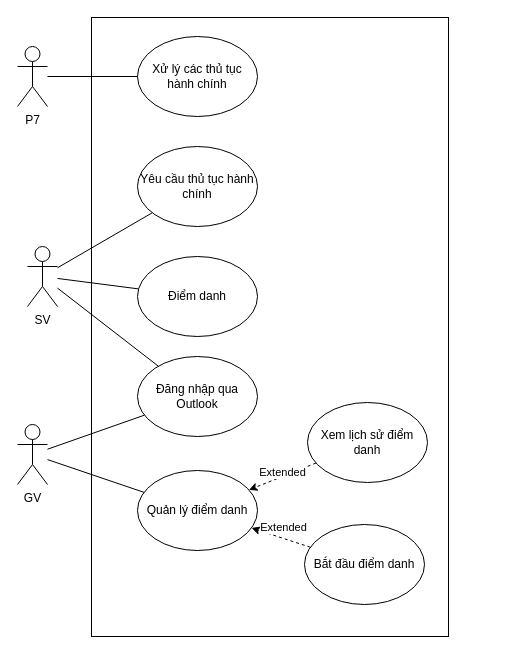
realShinchoku/DDHC keeps this draw.io diagram as docs/diagram.drawio. Above is the earlier version. Source tidied: cells renumbered, new cells numbered last; positions are measured from the earlier drawing's top-left corner, leaving out a move shared by most shapes. Both pictures are drawn from the tidied source at 100%, with x=0, y=0 at pixel (17, 17).
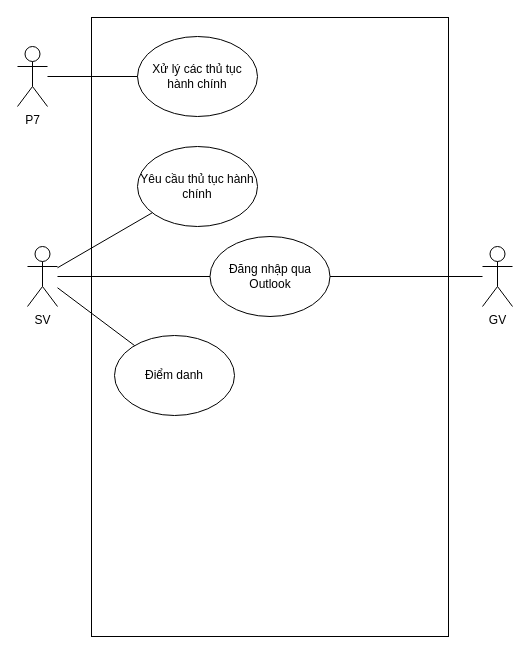
The same diagram, later.

Change to the diagram source:
```diff
@@
     <mxCell id="4" value="GV" style="shape=umlActor;verticalLabelPosition=bottom;verticalAlign=top;html=1;outlineConnect=0;" parent="1" vertex="1">
-      <mxGeometry y="407" width="30" height="60" as="geometry" />
+      <mxGeometry x="465" y="229" width="30" height="60" as="geometry" />
     </mxCell>
@@
     <mxCell id="6" value="Đăng nhập qua Outlook" style="ellipse;whiteSpace=wrap;html=1;" parent="1" vertex="1">
-      <mxGeometry x="120" y="339" width="120" height="80" as="geometry" />
+      <mxGeometry x="192.5" y="219" width="120" height="80" as="geometry" />
     </mxCell>
@@
     <mxCell id="11" value="Điểm danh" style="ellipse;whiteSpace=wrap;html=1;" parent="1" vertex="1">
-      <mxGeometry x="120" y="239" width="120" height="80" as="geometry" />
+      <mxGeometry x="97" y="318" width="120" height="80" as="geometry" />
     </mxCell>
@@
-    <mxCell id="13" value="Quản lý điểm danh" style="ellipse;whiteSpace=wrap;html=1;" parent="1" vertex="1">
-      <mxGeometry x="120" y="453" width="120" height="80" as="geometry" />
-    </mxCell>
-    <mxCell id="14" style="endArrow=none;html=1;rounded=0;" parent="1" edge="1" source="4" target="13">
-      <mxGeometry relative="1" as="geometry" />
-    </mxCell>
-    <mxCell id="15" style="rounded=0;jettySize=auto;html=1;dashed=1;" parent="1" edge="1" source="17" target="13">
-      <mxGeometry relative="1" as="geometry" />
-    </mxCell>
-    <mxCell id="16" value="Extended" style="edgeLabel;html=1;align=center;verticalAlign=middle;" parent="15" vertex="1">
-      <mxGeometry x="0.02" y="1" relative="1" as="geometry">
-        <mxPoint y="-6" as="offset" />
-      </mxGeometry>
-    </mxCell>
-    <mxCell id="17" value="Xem lịch sử điểm danh" style="ellipse;whiteSpace=wrap;html=1;" parent="1" vertex="1">
-      <mxGeometry x="290" y="385" width="120" height="80" as="geometry" />
-    </mxCell>
-    <mxCell id="18" style="rounded=0;jettySize=auto;html=1;dashed=1;" parent="1" edge="1" source="20" target="13">
-      <mxGeometry relative="1" as="geometry" />
-    </mxCell>
-    <mxCell id="19" value="Extended" style="edgeLabel;html=1;align=center;verticalAlign=middle;" parent="18" vertex="1">
-      <mxGeometry x="-0.06" y="-2" relative="1" as="geometry">
-        <mxPoint y="-9" as="offset" />
-      </mxGeometry>
-    </mxCell>
-    <mxCell id="20" value="Bắt đầu điểm danh" style="ellipse;whiteSpace=wrap;html=1;" parent="1" vertex="1">
-      <mxGeometry x="287" y="507" width="120" height="80" as="geometry" />
-    </mxCell>
```
